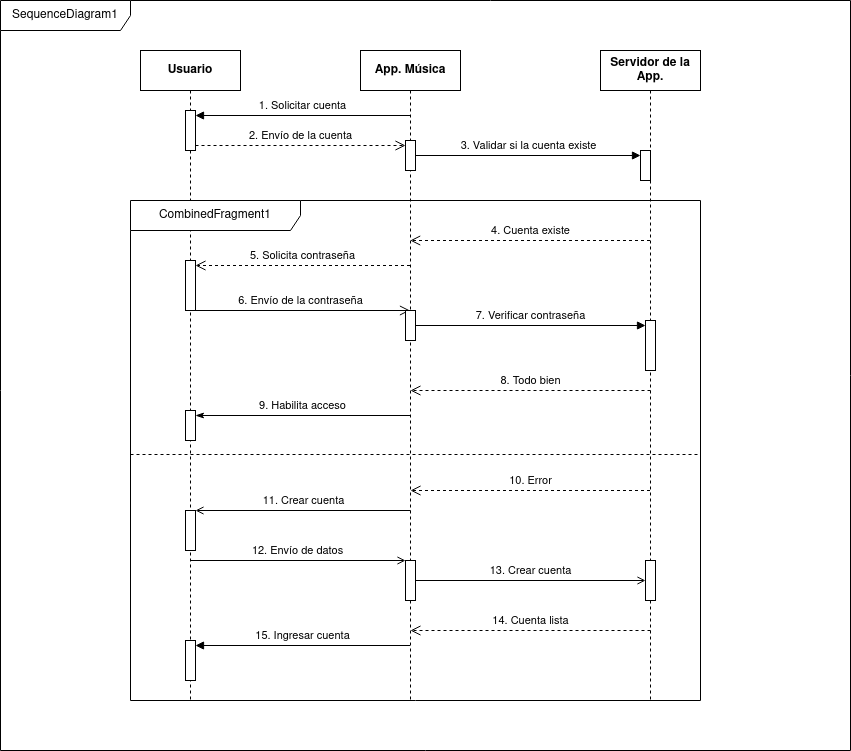
Above: diagramas_casos_de_uso/diagrama-secuencia-musica.drawio.png in JesusLugo2002/ETS (draw.io), before the change. Source tidied: cells renumbered, new cells last; positions are measured from the earlier drawing's top-left corner, leaving out a move shared by most shapes.
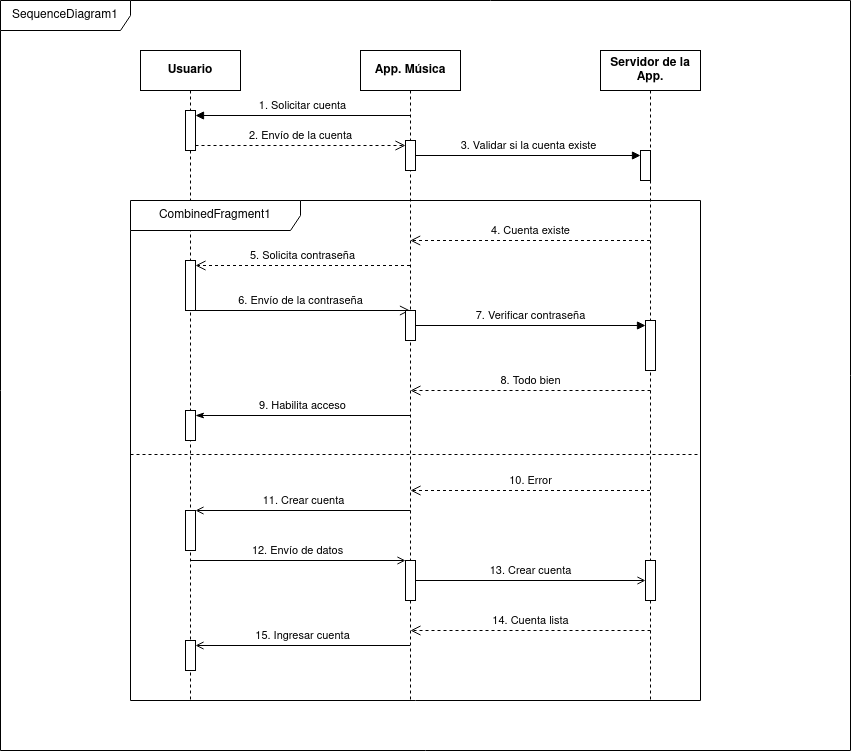
After the change.

Change to the diagram source:
```diff
@@ -109,9 +109,9 @@
       </mxGeometry>
     </mxCell>
     <mxCell id="32" style="html=1;points=[[0,0,0,0,5],[0,1,0,0,-5],[1,0,0,0,5],[1,1,0,0,-5]];perimeter=orthogonalPerimeter;outlineConnect=0;targetShapes=umlLifeline;portConstraint=eastwest;newEdgeStyle={&quot;curved&quot;:0,&quot;rounded&quot;:0};" parent="1" vertex="1">
-      <mxGeometry x="185" y="640" width="10" height="40" as="geometry" />
+      <mxGeometry x="185" y="640" width="10" height="30" as="geometry" />
     </mxCell>
-    <mxCell id="33" value="15. Ingresar cuenta" style="html=1;verticalAlign=bottom;startArrow=none;endArrow=block;startSize=8;curved=0;rounded=0;entryX=1;entryY=0;entryDx=0;entryDy=5;entryPerimeter=0;startFill=0;" parent="1" edge="1" source="3" target="32">
+    <mxCell id="33" value="15. Ingresar cuenta" style="html=1;verticalAlign=bottom;startArrow=none;endArrow=open;startSize=8;curved=0;rounded=0;entryX=1;entryY=0;entryDx=0;entryDy=5;entryPerimeter=0;startFill=0;endFill=0;" parent="1" edge="1" source="3" target="32">
       <mxGeometry relative="1" as="geometry" />
     </mxCell>
   </root>
```
